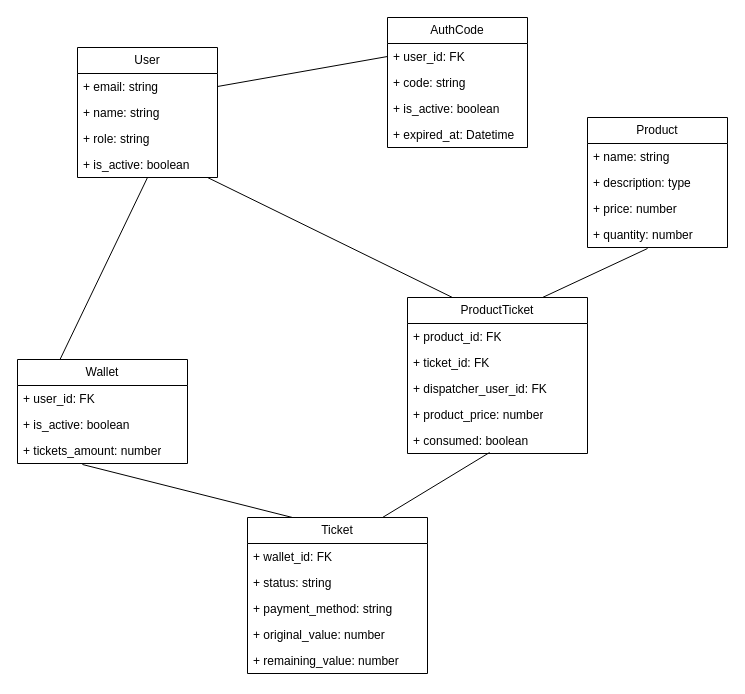
gelira/ujad keeps this draw.io diagram as docs/UJAD.drawio. Above is the earlier version. Source tidied: cells renumbered, new cells numbered last; positions are measured from the earlier drawing's top-left corner, leaving out a move shared by most shapes. Both pictures are drawn from the tidied source at 100%, with x=0, y=0 at pixel (17, 17).
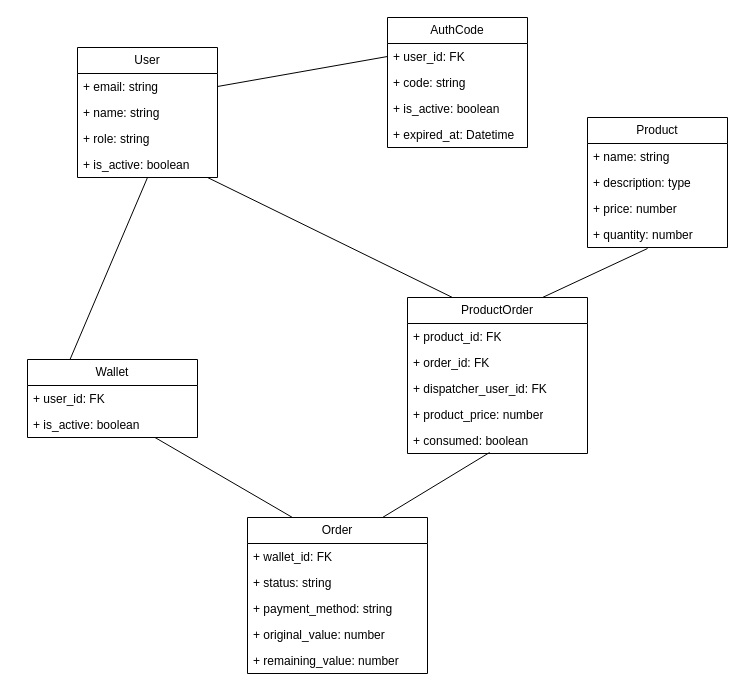
After the change.

The edit, as a diff of the source:
```diff
@@
     <mxCell id="14" value="Wallet" style="swimlane;fontStyle=0;horizontal=1;startSize=26;fillColor=none;whiteSpace=wrap;html=1;" parent="1" vertex="1">
-      <mxGeometry y="342" width="170" height="104" as="geometry" />
+      <mxGeometry x="10" y="342" width="170" height="78" as="geometry" />
     </mxCell>
@@
-    <mxCell id="17" value="+ tickets_amount: number" style="text;strokeColor=none;fillColor=none;align=left;verticalAlign=top;spacingLeft=4;spacingRight=4;overflow=hidden;points=[[0,0.5],[1,0.5]];portConstraint=eastwest;whiteSpace=wrap;html=1;" parent="14" vertex="1">
-      <mxGeometry y="78" width="170" height="26" as="geometry" />
-    </mxCell>
@@
-    <mxCell id="19" value="Ticket" style="swimlane;fontStyle=0;horizontal=1;startSize=26;fillColor=none;whiteSpace=wrap;html=1;" parent="1" vertex="1">
+    <mxCell id="19" value="Order" style="swimlane;fontStyle=0;horizontal=1;startSize=26;fillColor=none;whiteSpace=wrap;html=1;" parent="1" vertex="1">
       <mxGeometry x="230" y="500" width="180" height="156" as="geometry" />
     </mxCell>
@@
-    <mxCell id="25" style="rounded=0;jettySize=auto;html=1;exitX=0.25;exitY=0;exitDx=0;exitDy=0;entryX=0.382;entryY=1.038;entryDx=0;entryDy=0;endArrow=none;startFill=0;entryPerimeter=0;" parent="1" edge="1" source="19" target="17">
+    <mxCell id="25" style="rounded=0;jettySize=auto;html=1;exitX=0.25;exitY=0;exitDx=0;exitDy=0;endArrow=none;startFill=0;entryX=0.75;entryY=1;entryDx=0;entryDy=0;" parent="1" edge="1" source="19" target="14">
       <mxGeometry relative="1" as="geometry" />
     </mxCell>
@@
-    <mxCell id="31" value="ProductTicket" style="swimlane;fontStyle=0;horizontal=1;startSize=26;fillColor=none;whiteSpace=wrap;html=1;" parent="1" vertex="1">
+    <mxCell id="31" value="ProductOrder" style="swimlane;fontStyle=0;horizontal=1;startSize=26;fillColor=none;whiteSpace=wrap;html=1;" parent="1" vertex="1">
       <mxGeometry x="390" y="280" width="180" height="156" as="geometry" />
     </mxCell>
@@
-    <mxCell id="33" value="+ ticket_id: FK" style="text;strokeColor=none;fillColor=none;align=left;verticalAlign=top;spacingLeft=4;spacingRight=4;overflow=hidden;whiteSpace=wrap;html=1;" parent="31" vertex="1">
+    <mxCell id="33" value="+ order_id: FK" style="text;strokeColor=none;fillColor=none;align=left;verticalAlign=top;spacingLeft=4;spacingRight=4;overflow=hidden;whiteSpace=wrap;html=1;" parent="31" vertex="1">
       <mxGeometry y="52" width="180" height="26" as="geometry" />
     </mxCell>
```
